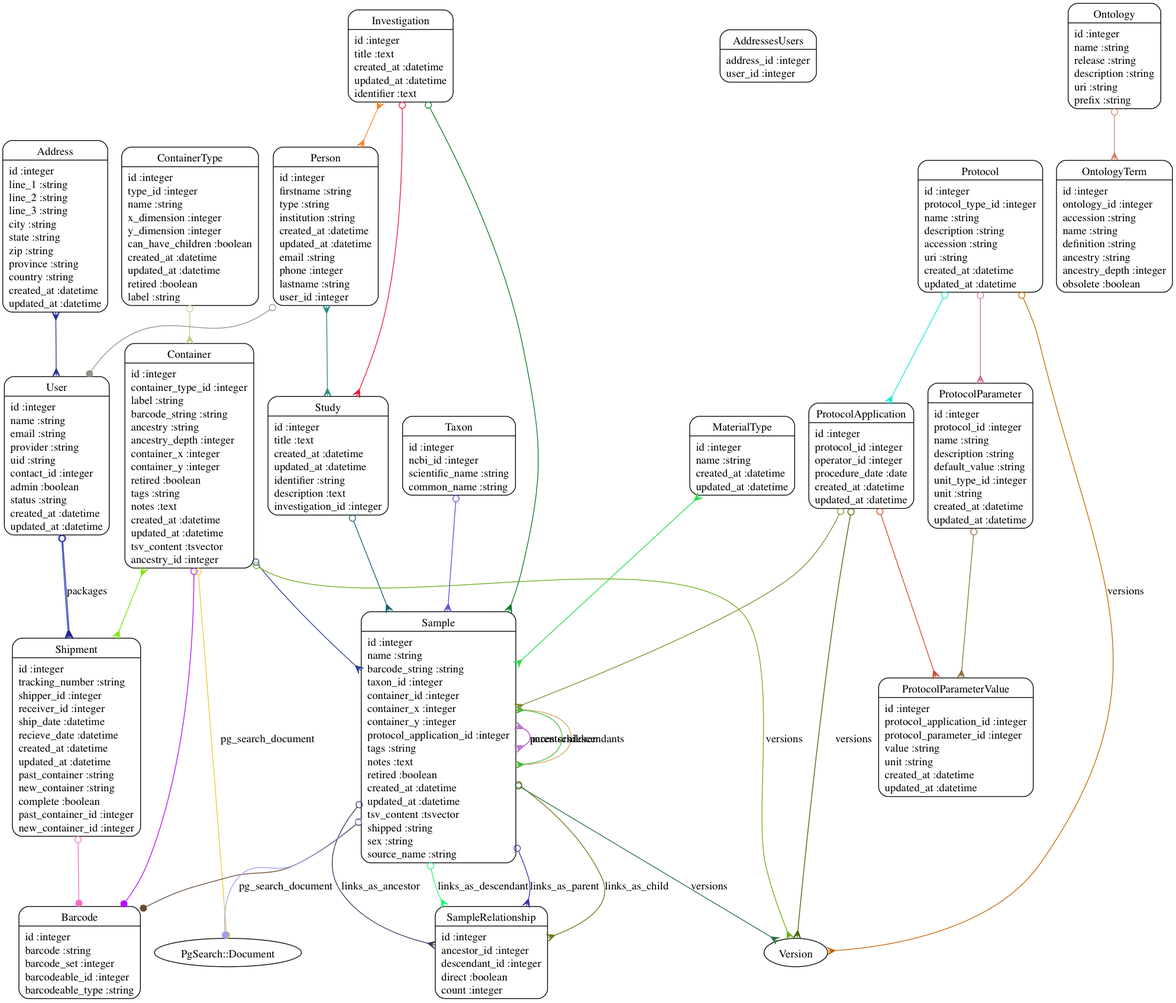
Before: models.png, a diagram exported from Graphviz (dimitras/collos). Its source is kept beside it as models.dot.
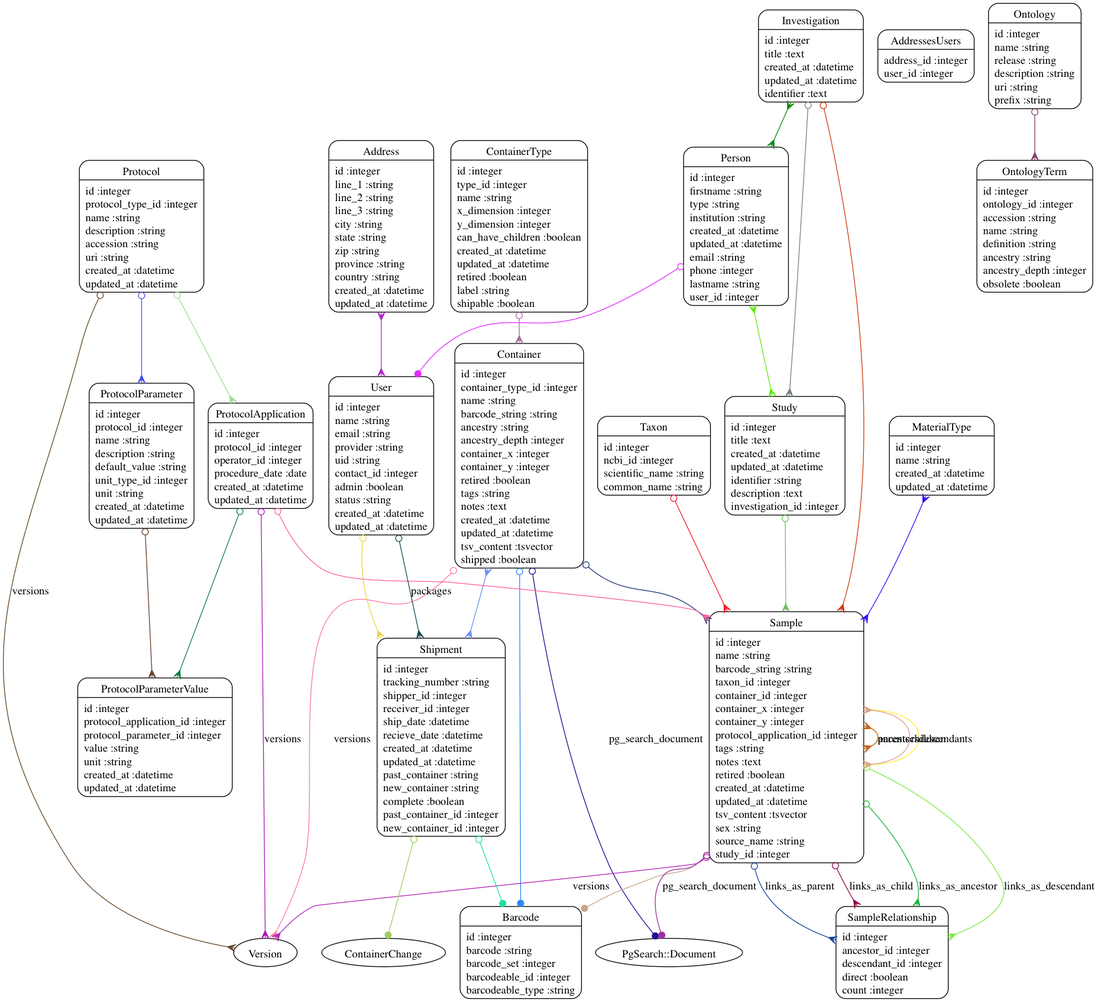
After the commit.

What changed in the source:
```diff
@@ -3,8 +3,8 @@
 	"Address" [shape=Mrecord, label="{Address|id :integer\lline_1 :string\lline_2 :string\lline_3 :string\lcity :string\lstate :string\lzip :string\lprovince :string\lcountry :string\lcreated_at :datetime\lupdated_at :datetime\l}"]
 	"AddressesUsers" [shape=Mrecord, label="{AddressesUsers|address_id :integer\luser_id :integer\l}"]
 	"Barcode" [shape=Mrecord, label="{Barcode|id :integer\lbarcode :string\lbarcode_set :integer\lbarcodeable_id :integer\lbarcodeable_type :string\l}"]
-	"Container" [shape=Mrecord, label="{Container|id :integer\lcontainer_type_id :integer\llabel :string\lbarcode_string :string\lancestry :string\lancestry_depth :integer\lcontainer_x :integer\lcontainer_y :integer\lretired :boolean\ltags :string\lnotes :text\lcreated_at :datetime\lupdated_at :datetime\ltsv_content :tsvector\lancestry_id :integer\l}"]
-	"ContainerType" [shape=Mrecord, label="{ContainerType|id :integer\ltype_id :integer\lname :string\lx_dimension :integer\ly_dimension :integer\lcan_have_children :boolean\lcreated_at :datetime\lupdated_at :datetime\lretired :boolean\llabel :string\l}"]
+	"Container" [shape=Mrecord, label="{Container|id :integer\lcontainer_type_id :integer\lname :string\lbarcode_string :string\lancestry :string\lancestry_depth :integer\lcontainer_x :integer\lcontainer_y :integer\lretired :boolean\ltags :string\lnotes :text\lcreated_at :datetime\lupdated_at :datetime\ltsv_content :tsvector\lshipped :boolean\l}"]
+	"ContainerType" [shape=Mrecord, label="{ContainerType|id :integer\ltype_id :integer\lname :string\lx_dimension :integer\ly_dimension :integer\lcan_have_children :boolean\lcreated_at :datetime\lupdated_at :datetime\lretired :boolean\llabel :string\lshipable :boolean\l}"]
 	"Investigation" [shape=Mrecord, label="{Investigation|id :integer\ltitle :text\lcreated_at :datetime\lupdated_at :datetime\lidentifier :text\l}"]
 	"MaterialType" [shape=Mrecord, label="{MaterialType|id :integer\lname :string\lcreated_at :datetime\lupdated_at :datetime\l}"]
 	"Ontology" [shape=Mrecord, label="{Ontology|id :integer\lname :string\lrelease :string\ldescription :string\luri :string\lprefix :string\l}"]
@@ -14,47 +14,48 @@
 	"ProtocolApplication" [shape=Mrecord, label="{ProtocolApplication|id :integer\lprotocol_id :integer\loperator_id :integer\lprocedure_date :date\lcreated_at :datetime\lupdated_at :datetime\l}"]
 	"ProtocolParameter" [shape=Mrecord, label="{ProtocolParameter|id :integer\lprotocol_id :integer\lname :string\ldescription :string\ldefault_value :string\lunit_type_id :integer\lunit :string\lcreated_at :datetime\lupdated_at :datetime\l}"]
 	"ProtocolParameterValue" [shape=Mrecord, label="{ProtocolParameterValue|id :integer\lprotocol_application_id :integer\lprotocol_parameter_id :integer\lvalue :string\lunit :string\lcreated_at :datetime\lupdated_at :datetime\l}"]
-	"Sample" [shape=Mrecord, label="{Sample|id :integer\lname :string\lbarcode_string :string\ltaxon_id :integer\lcontainer_id :integer\lcontainer_x :integer\lcontainer_y :integer\lprotocol_application_id :integer\ltags :string\lnotes :text\lretired :boolean\lcreated_at :datetime\lupdated_at :datetime\ltsv_content :tsvector\lshipped :string\lsex :string\lsource_name :string\l}"]
+	"Sample" [shape=Mrecord, label="{Sample|id :integer\lname :string\lbarcode_string :string\ltaxon_id :integer\lcontainer_id :integer\lcontainer_x :integer\lcontainer_y :integer\lprotocol_application_id :integer\ltags :string\lnotes :text\lretired :boolean\lcreated_at :datetime\lupdated_at :datetime\ltsv_content :tsvector\lsex :string\lsource_name :string\lstudy_id :integer\l}"]
 	"SampleRelationship" [shape=Mrecord, label="{SampleRelationship|id :integer\lancestor_id :integer\ldescendant_id :integer\ldirect :boolean\lcount :integer\l}"]
 	"Shipment" [shape=Mrecord, label="{Shipment|id :integer\ltracking_number :string\lshipper_id :integer\lreceiver_id :integer\lship_date :datetime\lrecieve_date :datetime\lcreated_at :datetime\lupdated_at :datetime\lpast_container :string\lnew_container :string\lcomplete :boolean\lpast_container_id :integer\lnew_container_id :integer\l}"]
 	"Study" [shape=Mrecord, label="{Study|id :integer\ltitle :text\lcreated_at :datetime\lupdated_at :datetime\lidentifier :string\ldescription :text\linvestigation_id :integer\l}"]
 	"Taxon" [shape=Mrecord, label="{Taxon|id :integer\lncbi_id :integer\lscientific_name :string\lcommon_name :string\l}"]
 	"User" [shape=Mrecord, label="{User|id :integer\lname :string\lemail :string\lprovider :string\luid :string\lcontact_id :integer\ladmin :boolean\lstatus :string\lcreated_at :datetime\lupdated_at :datetime\l}"]
-	"Address" -> "User" [arrowtail=crow, arrowhead=crow, dir=both color="#272D93"]
-	"Container" -> "Sample" [arrowtail=odot, arrowhead=crow, dir=both color="#2A3E95"]
-	"Container" -> "Barcode" [arrowtail=odot, arrowhead=dot, dir=both color="#B510F7"]
-	"Container" -> "Shipment" [arrowtail=crow, arrowhead=crow, dir=both color="#7AE700"]
-	"Container" -> "Version" [label="versions", arrowtail=odot, arrowhead=crow, dir=both color="#6CAD1B"]
-	"Container" -> "PgSearch::Document" [label="pg_search_document", arrowtail=odot, arrowhead=dot, dir=both color="#E8C931"]
-	"ContainerType" -> "Container" [arrowtail=odot, arrowhead=crow, dir=both color="#C7CA8C"]
-	"Investigation" -> "Study" [arrowtail=odot, arrowhead=crow, dir=both color="#EF173C"]
-	"Investigation" -> "Sample" [arrowtail=odot, arrowhead=crow, dir=both color="#057B27"]
-	"Investigation" -> "Person" [arrowtail=crow, arrowhead=crow, dir=both color="#F58128"]
-	"MaterialType" -> "Sample" [arrowtail=crow, arrowhead=crow, dir=both color="#2BDC4D"]
-	"Ontology" -> "OntologyTerm" [arrowtail=odot, arrowhead=crow, dir=both color="#D48171"]
-	"Person" -> "Study" [arrowtail=crow, arrowhead=crow, dir=both color="#218D7D"]
-	"Person" -> "User" [arrowtail=odot, arrowhead=dot, dir=both color="#92938B"]
-	"Protocol" -> "ProtocolApplication" [arrowtail=odot, arrowhead=crow, dir=both color="#1AE6DC"]
-	"Protocol" -> "ProtocolParameter" [arrowtail=odot, arrowhead=crow, dir=both color="#CD7696"]
-	"Protocol" -> "Version" [label="versions", arrowtail=odot, arrowhead=crow, dir=both color="#C36804"]
-	"ProtocolApplication" -> "Sample" [arrowtail=odot, arrowhead=crow, dir=both color="#878633"]
-	"ProtocolApplication" -> "ProtocolParameterValue" [arrowtail=odot, arrowhead=crow, dir=both color="#D24625"]
-	"ProtocolApplication" -> "Version" [label="versions", arrowtail=odot, arrowhead=crow, dir=both color="#4E6101"]
-	"ProtocolParameter" -> "ProtocolParameterValue" [arrowtail=odot, arrowhead=crow, dir=both color="#8C703B"]
-	"Sample" -> "Barcode" [arrowtail=odot, arrowhead=dot, dir=both color="#684B32"]
-	"Sample" -> "SampleRelationship" [label="links_as_ancestor", arrowtail=odot, arrowhead=crow, dir=both color="#353B5D"]
-	"Sample" -> "SampleRelationship" [label="links_as_descendant", arrowtail=odot, arrowhead=crow, dir=both color="#20F873"]
-	"Sample" -> "Sample" [label="ancestors", arrowtail=crow, arrowhead=crow, dir=both color="#B606D9"]
-	"Sample" -> "Sample" [label="descendants", arrowtail=crow, arrowhead=crow, dir=both color="#D1A569"]
-	"Sample" -> "SampleRelationship" [label="links_as_parent", arrowtail=odot, arrowhead=crow, dir=both color="#3D2FAA"]
-	"Sample" -> "SampleRelationship" [label="links_as_child", arrowtail=odot, arrowhead=crow, dir=both color="#707318"]
-	"Sample" -> "Sample" [label="parents", arrowtail=crow, arrowhead=crow, dir=both color="#B978C4"]
-	"Sample" -> "Sample" [label="children", arrowtail=crow, arrowhead=crow, dir=both color="#47BB3B"]
-	"Sample" -> "PgSearch::Document" [label="pg_search_document", arrowtail=odot, arrowhead=dot, dir=both color="#9E9CEE"]
-	"Sample" -> "Version" [label="versions", arrowtail=odot, arrowhead=crow, dir=both color="#2A6F43"]
-	"Shipment" -> "Barcode" [arrowtail=odot, arrowhead=dot, dir=both color="#F76DC6"]
-	"Study" -> "Sample" [arrowtail=odot, arrowhead=crow, dir=both color="#0B6271"]
-	"Taxon" -> "Sample" [arrowtail=odot, arrowhead=crow, dir=both color="#7043E4"]
-	"User" -> "Shipment" [arrowtail=odot, arrowhead=crow, dir=both color="#0E47D5"]
-	"User" -> "Shipment" [label="packages", arrowtail=odot, arrowhead=crow, dir=both color="#341987"]
+	"Address" -> "User" [arrowtail=crow, arrowhead=crow, dir=both color="#AC28C4"]
+	"Container" -> "Sample" [arrowtail=odot, arrowhead=crow, dir=both color="#1D3478"]
+	"Container" -> "Barcode" [arrowtail=odot, arrowhead=dot, dir=both color="#2A87F0"]
+	"Container" -> "Shipment" [arrowtail=crow, arrowhead=crow, dir=both color="#6B91F4"]
+	"Container" -> "Version" [label="versions", arrowtail=odot, arrowhead=crow, dir=both color="#FC76A5"]
+	"Container" -> "PgSearch::Document" [label="pg_search_document", arrowtail=odot, arrowhead=dot, dir=both color="#200C8F"]
+	"ContainerType" -> "Container" [arrowtail=odot, arrowhead=crow, dir=both color="#A96E9E"]
+	"Investigation" -> "Study" [arrowtail=odot, arrowhead=crow, dir=both color="#728385"]
+	"Investigation" -> "Sample" [arrowtail=odot, arrowhead=crow, dir=both color="#CD3C11"]
+	"Investigation" -> "Person" [arrowtail=crow, arrowhead=crow, dir=both color="#0A8A10"]
+	"MaterialType" -> "Sample" [arrowtail=crow, arrowhead=crow, dir=both color="#3212F1"]
+	"Ontology" -> "OntologyTerm" [arrowtail=odot, arrowhead=crow, dir=both color="#853E70"]
+	"Person" -> "Study" [arrowtail=crow, arrowhead=crow, dir=both color="#61EC0D"]
+	"Person" -> "User" [arrowtail=odot, arrowhead=dot, dir=both color="#E22DFD"]
+	"Protocol" -> "ProtocolApplication" [arrowtail=odot, arrowhead=crow, dir=both color="#9EDB94"]
+	"Protocol" -> "ProtocolParameter" [arrowtail=odot, arrowhead=crow, dir=both color="#4351EC"]
+	"Protocol" -> "Version" [label="versions", arrowtail=odot, arrowhead=crow, dir=both color="#654827"]
+	"ProtocolApplication" -> "Sample" [arrowtail=odot, arrowhead=crow, dir=both color="#FC61A2"]
+	"ProtocolApplication" -> "ProtocolParameterValue" [arrowtail=odot, arrowhead=crow, dir=both color="#107D42"]
+	"ProtocolApplication" -> "Version" [label="versions", arrowtail=odot, arrowhead=crow, dir=both color="#AA17BA"]
+	"ProtocolParameter" -> "ProtocolParameterValue" [arrowtail=odot, arrowhead=crow, dir=both color="#643D2A"]
+	"Sample" -> "Barcode" [arrowtail=odot, arrowhead=dot, dir=both color="#C7A585"]
+	"Sample" -> "SampleRelationship" [label="links_as_ancestor", arrowtail=odot, arrowhead=crow, dir=both color="#1CB13E"]
+	"Sample" -> "SampleRelationship" [label="links_as_descendant", arrowtail=odot, arrowhead=crow, dir=both color="#7BE843"]
+	"Sample" -> "Sample" [label="ancestors", arrowtail=crow, arrowhead=crow, dir=both color="#CAC400"]
+	"Sample" -> "Sample" [label="descendants", arrowtail=crow, arrowhead=crow, dir=both color="#FCED2C"]
+	"Sample" -> "SampleRelationship" [label="links_as_parent", arrowtail=odot, arrowhead=crow, dir=both color="#16439D"]
+	"Sample" -> "SampleRelationship" [label="links_as_child", arrowtail=odot, arrowhead=crow, dir=both color="#96014C"]
+	"Sample" -> "Sample" [label="parents", arrowtail=crow, arrowhead=crow, dir=both color="#C3632C"]
+	"Sample" -> "Sample" [label="children", arrowtail=crow, arrowhead=crow, dir=both color="#DA9D8E"]
+	"Sample" -> "PgSearch::Document" [label="pg_search_document", arrowtail=odot, arrowhead=dot, dir=both color="#9C309F"]
+	"Sample" -> "Version" [label="versions", arrowtail=odot, arrowhead=crow, dir=both color="#B327B8"]
+	"Shipment" -> "Barcode" [arrowtail=odot, arrowhead=dot, dir=both color="#1DDFA5"]
+	"Shipment" -> "ContainerChange" [arrowtail=odot, arrowhead=dot, dir=both color="#9FCE61"]
+	"Study" -> "Sample" [arrowtail=odot, arrowhead=crow, dir=both color="#6BBE5B"]
+	"Taxon" -> "Sample" [arrowtail=odot, arrowhead=crow, dir=both color="#F81B2E"]
+	"User" -> "Shipment" [arrowtail=odot, arrowhead=crow, dir=both color="#E9D445"]
+	"User" -> "Shipment" [label="packages", arrowtail=odot, arrowhead=crow, dir=both color="#184A59"]
 }
```
